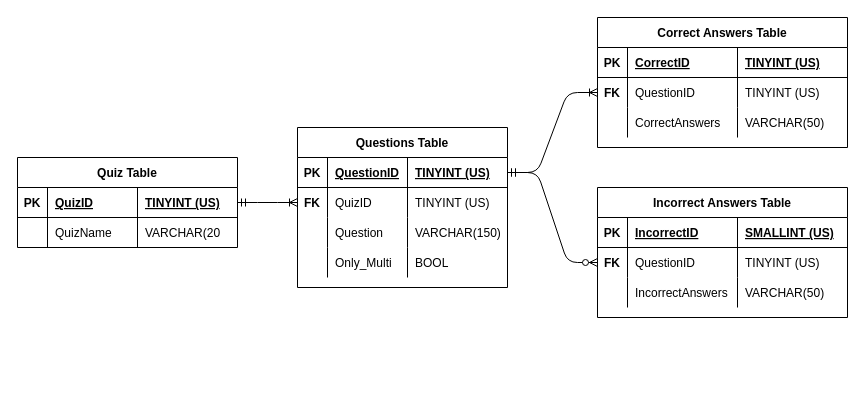
Above: ERD.drawio in TEESDAAL/QuizSite (draw.io), before the change. Source tidied: cells renumbered, new cells numbered last; positions are measured from the earlier drawing's top-left corner, leaving out a move shared by most shapes. Both pictures are drawn from the tidied source at 100%, with x=0, y=0 at pixel (17, 17).
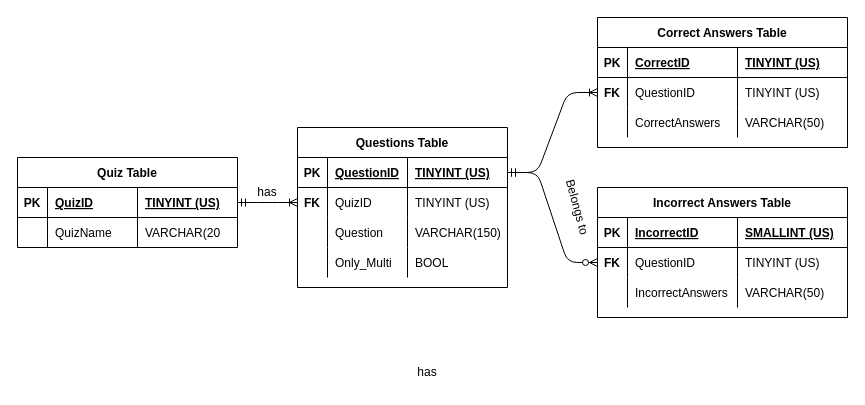
The same diagram, later.

Diff of the diagram source:
```diff
@@
+    <mxCell id="57" value="has" style="text;html=1;strokeColor=none;fillColor=none;align=center;verticalAlign=middle;whiteSpace=wrap;rounded=0;" parent="1" vertex="1">
+      <mxGeometry x="380" y="340" width="60" height="30" as="geometry" />
+    </mxCell>
+    <mxCell id="58" value="Belongs to" style="text;html=1;strokeColor=none;fillColor=none;align=center;verticalAlign=middle;whiteSpace=wrap;rounded=0;rotation=75;" parent="1" vertex="1">
+      <mxGeometry x="530" y="175" width="60" height="30" as="geometry" />
+    </mxCell>
+    <mxCell id="59" value="has" style="text;html=1;strokeColor=none;fillColor=none;align=center;verticalAlign=middle;whiteSpace=wrap;rounded=0;" parent="1" vertex="1">
+      <mxGeometry x="220" y="160" width="60" height="30" as="geometry" />
+    </mxCell>
```
